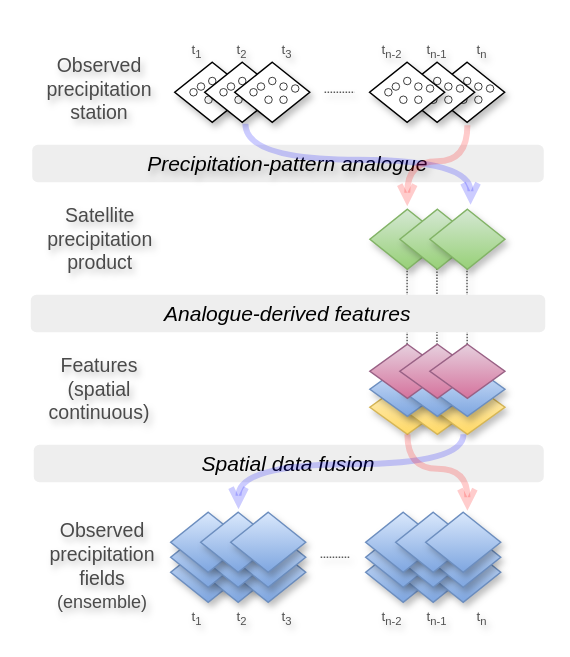
Earlier version of the draw.io diagram grid-workflow.drawio (adrHuerta/diagrams). Source tidied: cells renumbered, new cells numbered last; positions are measured from the earlier drawing's top-left corner, leaving out a move shared by most shapes. Both pictures are drawn from the tidied source at 150%, with x=0, y=0 at pixel (30, 32).
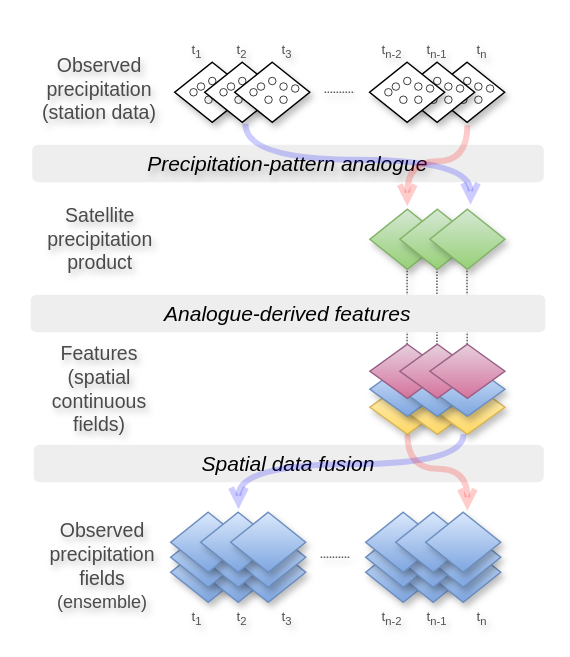
After the change.

Change to the diagram source:
```diff
@@
-    <mxCell id="5" value="&lt;font&gt;Observed &lt;br&gt;precipitation &lt;br&gt;station&lt;/font&gt;" style="text;html=1;align=center;verticalAlign=middle;whiteSpace=wrap;rounded=0;rotation=0;fontStyle=0;fontColor=#4A4A4A;fontSize=13;shadow=1;textShadow=1;labelBorderColor=none;labelBackgroundColor=none;" parent="1" vertex="1">
+    <mxCell id="5" value="&lt;font&gt;Observed &lt;br&gt;precipitation &lt;br&gt;(station data)&lt;/font&gt;" style="text;html=1;align=center;verticalAlign=middle;whiteSpace=wrap;rounded=0;rotation=0;fontStyle=0;fontColor=#4A4A4A;fontSize=13;shadow=1;textShadow=1;labelBorderColor=none;labelBackgroundColor=none;" parent="1" vertex="1">
       <mxGeometry x="1" width="90" height="75" as="geometry" />
     </mxCell>
@@
-    <mxCell id="7" value="Features&lt;br&gt;(spatial continuous)" style="text;html=1;align=center;verticalAlign=middle;whiteSpace=wrap;rounded=0;rotation=0;fontStyle=0;fontColor=#4A4A4A;fontSize=13;shadow=1;textShadow=1;labelBorderColor=none;labelBackgroundColor=none;" parent="1" vertex="1">
+    <mxCell id="7" value="Features&lt;br&gt;(spatial&lt;br&gt;continuous fields)" style="text;html=1;align=center;verticalAlign=middle;whiteSpace=wrap;rounded=0;rotation=0;fontStyle=0;fontColor=#4A4A4A;fontSize=13;shadow=1;textShadow=1;labelBorderColor=none;labelBackgroundColor=none;" parent="1" vertex="1">
       <mxGeometry x="1" y="200" width="90.1" height="75" as="geometry" />
     </mxCell>
```
